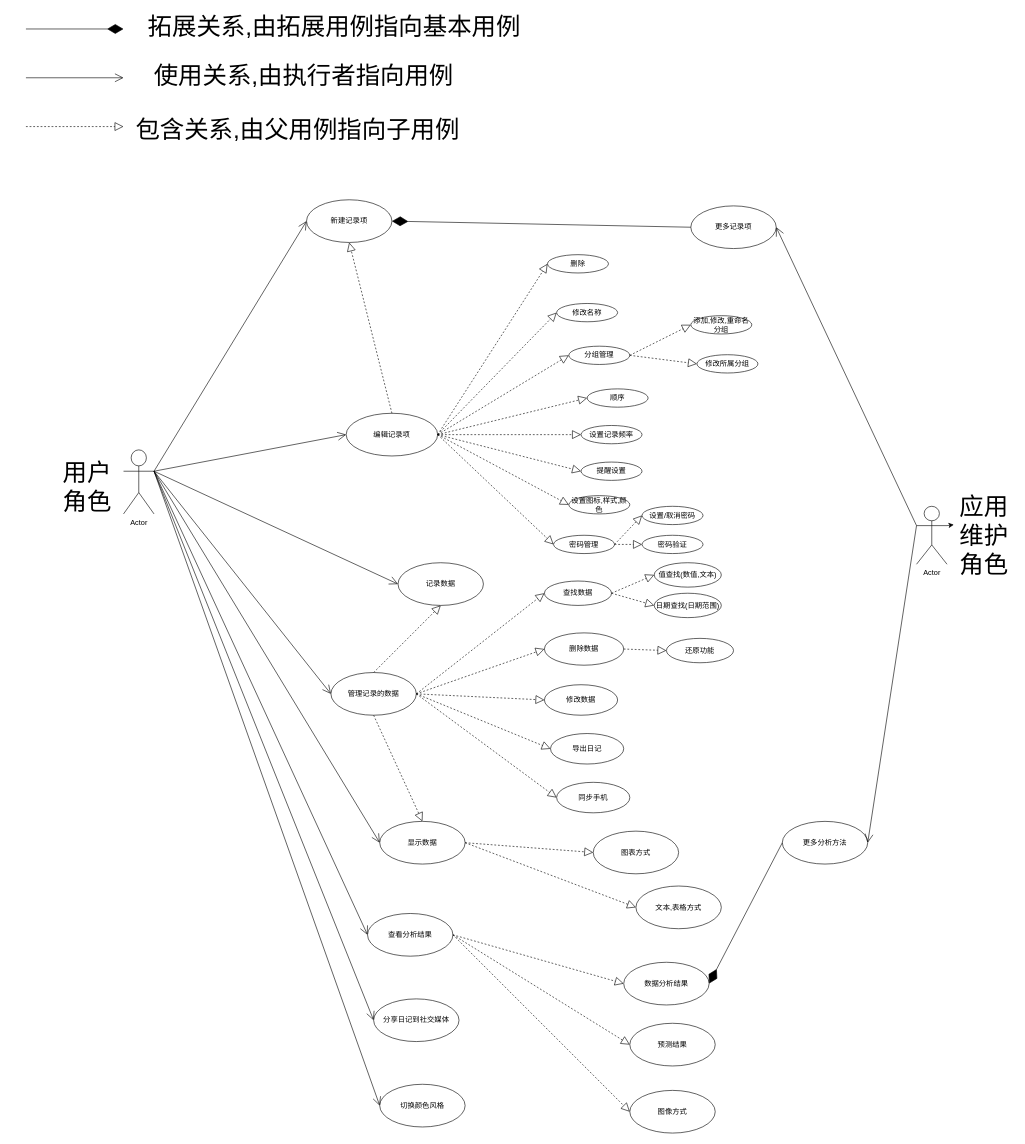
Earlier version of the draw.io diagram 文档/需求分析/用例图.drawio (FireAndWin/SmartDiary). Source tidied: cells renumbered, new cells numbered last; positions are measured from the earlier drawing's top-left corner, leaving out a move shared by most shapes. Both pictures are drawn from the tidied source at 61%, with x=0, y=0 at pixel (26, 10).
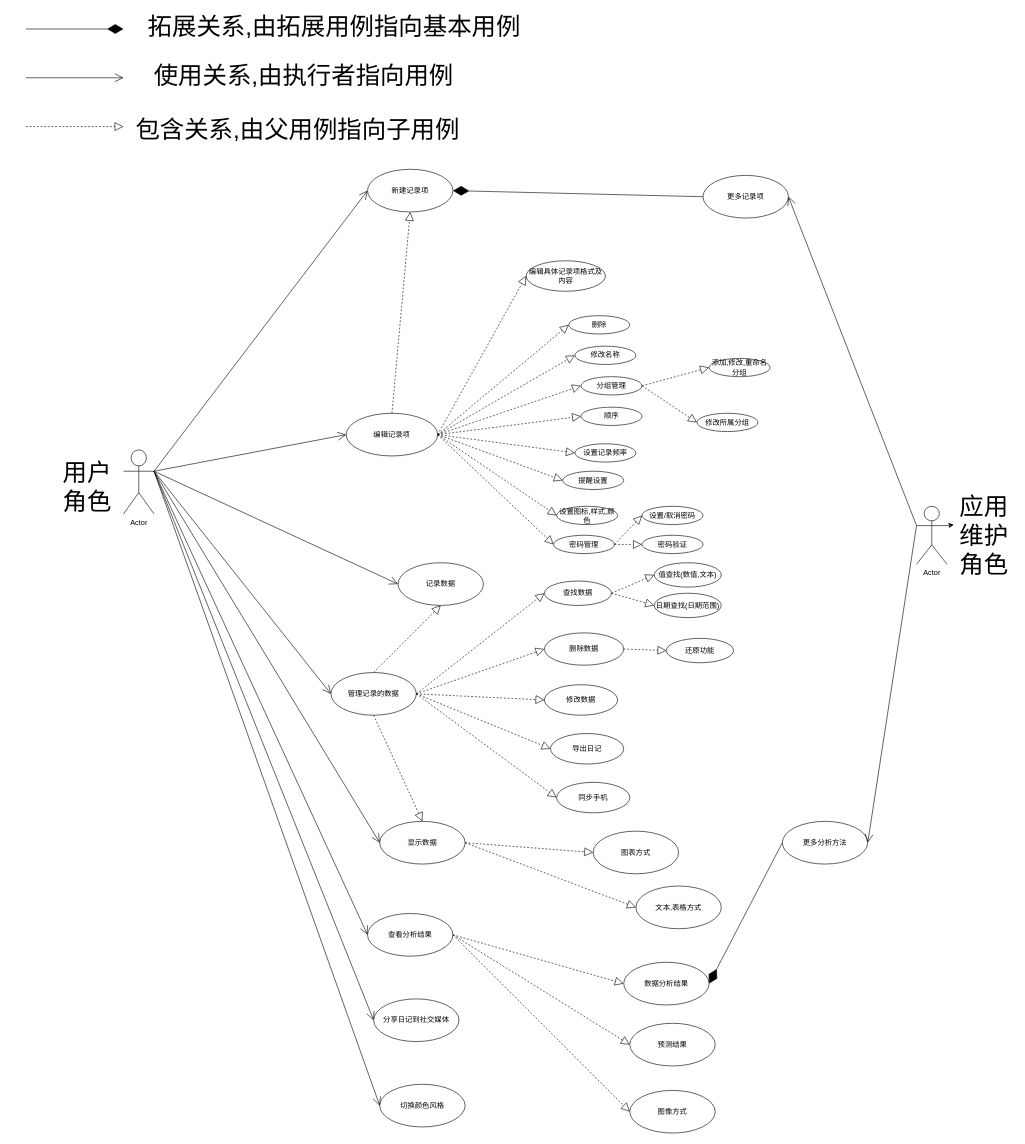
After the change.

Unchanged cells that the change refers to:
```xml
<mxCell id="49" value="编辑记录项" style="ellipse;whiteSpace=wrap;html=1;" parent="1" vertex="1">
  <mxGeometry x="525" y="660" width="150" height="70" as="geometry" />
</mxCell>
```

Change to the diagram source:
```diff
@@
     <mxCell id="3" value="新建记录项" style="ellipse;whiteSpace=wrap;html=1;" parent="1" vertex="1">
-      <mxGeometry x="460" y="310" width="140" height="70" as="geometry" />
+      <mxGeometry x="560" y="260" width="140" height="70" as="geometry" />
     </mxCell>
@@
     <mxCell id="9" value="更多记录项" style="ellipse;whiteSpace=wrap;html=1;" parent="1" vertex="1">
-      <mxGeometry x="1090" y="320" width="140" height="70" as="geometry" />
+      <mxGeometry x="1110" y="270" width="140" height="70" as="geometry" />
     </mxCell>
@@
     <mxCell id="50" value="修改名称" style="ellipse;whiteSpace=wrap;html=1;" parent="1" vertex="1">
-      <mxGeometry x="870" y="480" width="100" height="30" as="geometry" />
+      <mxGeometry x="900" y="550" width="100" height="30" as="geometry" />
     </mxCell>
     <mxCell id="51" value="分组管理" style="ellipse;whiteSpace=wrap;html=1;" parent="1" vertex="1">
-      <mxGeometry x="890" y="550" width="100" height="30" as="geometry" />
+      <mxGeometry x="910" y="600" width="100" height="30" as="geometry" />
     </mxCell>
@@
     <mxCell id="54" value="添加,修改,重命名分组" style="ellipse;whiteSpace=wrap;html=1;" parent="1" vertex="1">
-      <mxGeometry x="1090" y="500" width="100" height="30" as="geometry" />
+      <mxGeometry x="1120" y="570" width="100" height="30" as="geometry" />
     </mxCell>
     <mxCell id="55" value="修改所属分组" style="ellipse;whiteSpace=wrap;html=1;" parent="1" vertex="1">
-      <mxGeometry x="1100" y="564" width="100" height="30" as="geometry" />
+      <mxGeometry x="1100" y="660" width="100" height="30" as="geometry" />
     </mxCell>
@@
     <mxCell id="60" value="顺序" style="ellipse;whiteSpace=wrap;html=1;" parent="1" vertex="1">
-      <mxGeometry x="920" y="620" width="100" height="30" as="geometry" />
+      <mxGeometry x="910" y="650" width="100" height="30" as="geometry" />
     </mxCell>
     <mxCell id="61" value="设置记录频率" style="ellipse;whiteSpace=wrap;html=1;" parent="1" vertex="1">
-      <mxGeometry x="910" y="680" width="100" height="30" as="geometry" />
+      <mxGeometry x="900" y="710" width="100" height="30" as="geometry" />
     </mxCell>
@@
     <mxCell id="64" value="提醒设置" style="ellipse;whiteSpace=wrap;html=1;" parent="1" vertex="1">
-      <mxGeometry x="910" y="740" width="100" height="30" as="geometry" />
+      <mxGeometry x="880" y="755" width="100" height="30" as="geometry" />
     </mxCell>
@@
     <mxCell id="70" value="删除" style="ellipse;whiteSpace=wrap;html=1;" parent="1" vertex="1">
-      <mxGeometry x="855" y="400" width="100" height="30" as="geometry" />
+      <mxGeometry x="890" y="500" width="100" height="30" as="geometry" />
     </mxCell>
@@
     <mxCell id="76" value="设置图标,样式,颜色" style="ellipse;whiteSpace=wrap;html=1;" parent="1" vertex="1">
-      <mxGeometry x="890" y="795" width="100" height="30" as="geometry" />
+      <mxGeometry x="870" y="812.5" width="100" height="30" as="geometry" />
     </mxCell>
@@
+    <mxCell id="89" value="编辑具体记录项格式及内容" style="ellipse;whiteSpace=wrap;html=1;" parent="1" vertex="1">
+      <mxGeometry x="820" y="410" width="130" height="50" as="geometry" />
+    </mxCell>
+    <mxCell id="90" style="endArrow=block;dashed=1;endFill=0;endSize=12;html=1;entryX=0;entryY=0.5;entryDx=0;entryDy=0;exitX=1;exitY=0.5;exitDx=0;exitDy=0;" parent="1" edge="1" source="49" target="89">
+      <mxGeometry relative="1" as="geometry" />
+    </mxCell>
```
